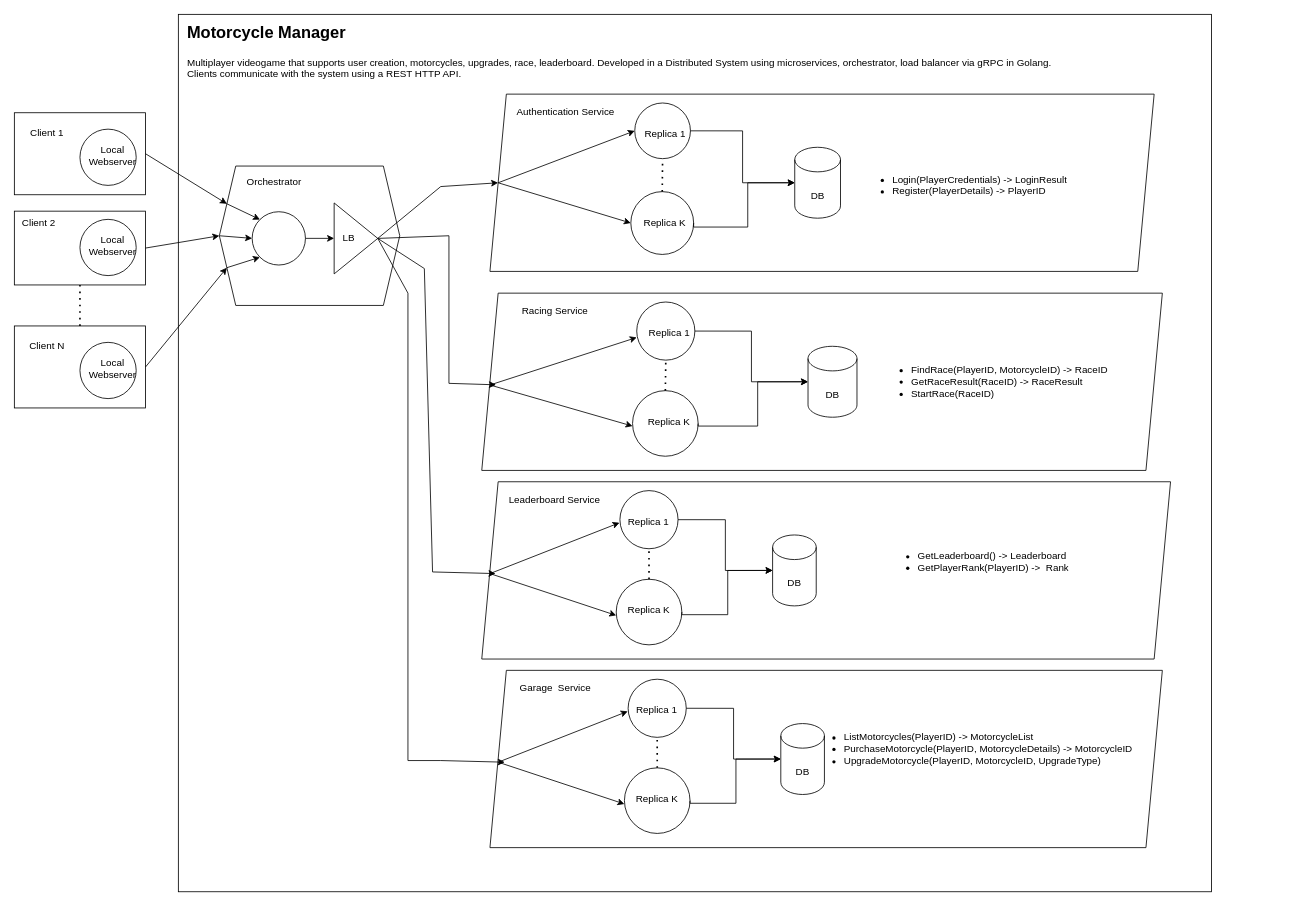
Before: architecture.drawio in LBartolini/ProgettoDP, a draw.io diagram. Source tidied: cells renumbered, new cells numbered last; positions are measured from the earlier drawing's top-left corner, leaving out a move shared by most shapes. Both pictures are drawn from the tidied source at 82%, with x=0, y=0 at pixel (14, 14).
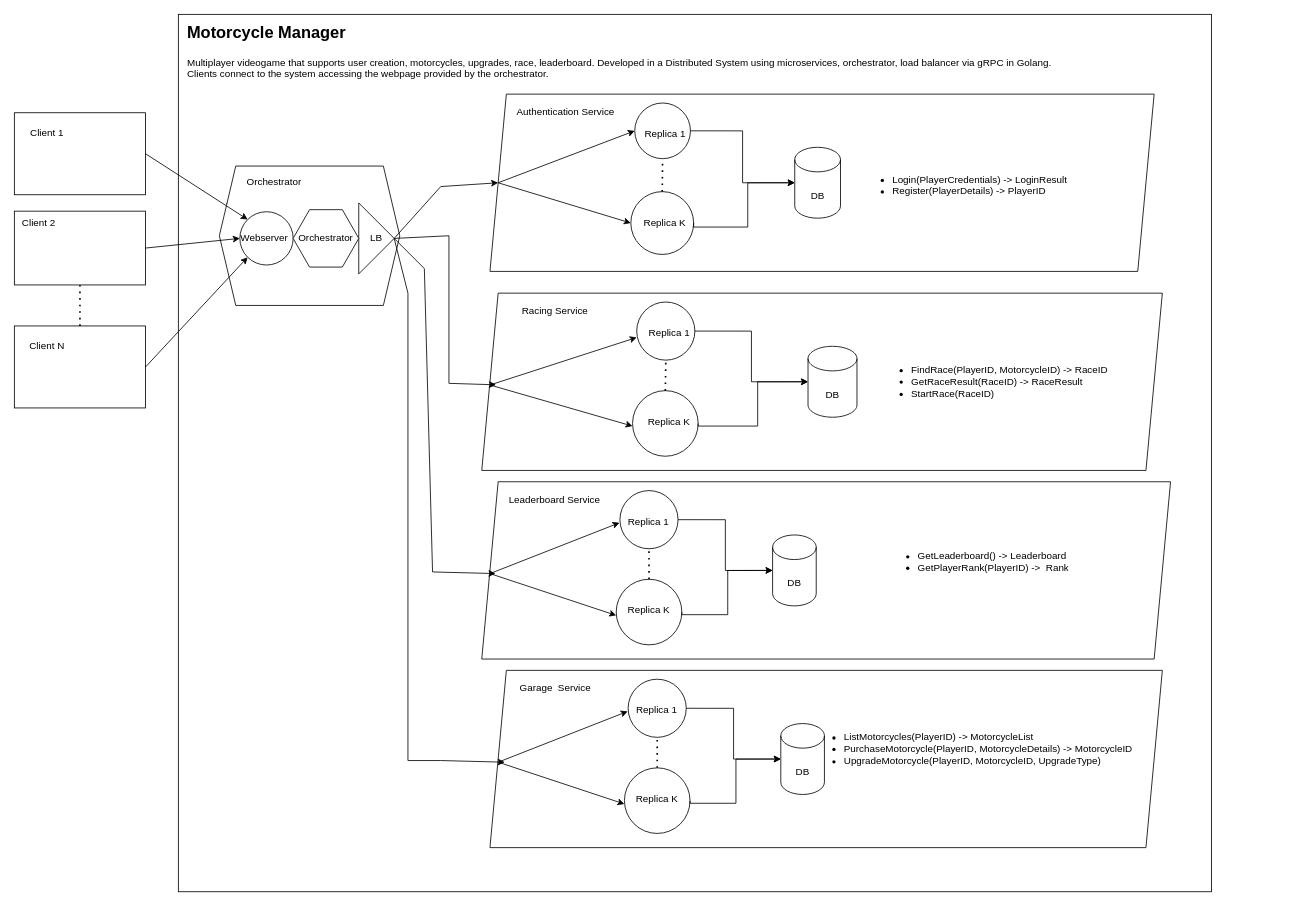
Above is the later version.

The change refers to these unchanged cells:
```xml
<mxCell id="2" style="group;" parent="1" vertex="1">
  <mxGeometry x="200" width="1350" height="1070" as="geometry" />
</mxCell>
<mxCell id="69" style="group;" parent="2" vertex="1">
  <mxGeometry x="50" y="185" width="220" height="170" as="geometry" />
</mxCell>
<mxCell id="71" style="shape=hexagon;perimeter=hexagonPerimeter2;whiteSpace=wrap;html=1;fixedSize=1;" parent="69" vertex="1">
  <mxGeometry width="220" height="170" as="geometry" />
</mxCell>
<mxCell id="85" style="group;" parent="1" vertex="1">
  <mxGeometry y="120" width="160" height="100" as="geometry" />
</mxCell>
<mxCell id="86" style="rounded=0;whiteSpace=wrap;html=1;" parent="85" vertex="1">
  <mxGeometry width="160" height="100" as="geometry" />
</mxCell>
<mxCell id="91" style="group;" parent="1" vertex="1">
  <mxGeometry x="40" y="240" width="130" height="90" as="geometry" />
</mxCell>
<mxCell id="92" style="rounded=0;whiteSpace=wrap;html=1;" parent="91" vertex="1">
  <mxGeometry x="-40" width="160" height="90" as="geometry" />
</mxCell>
<mxCell id="96" style="group;" parent="1" vertex="1">
  <mxGeometry y="380" width="160" height="100" as="geometry" />
</mxCell>
<mxCell id="97" style="rounded=0;whiteSpace=wrap;html=1;" parent="96" vertex="1">
  <mxGeometry width="160" height="100" as="geometry" />
</mxCell>
```

Diff of the diagram source:
```diff
@@
-    <mxCell id="4" value="&lt;h1 style=&quot;margin-top: 0px;&quot;&gt;&lt;font style=&quot;font-size: 20px;&quot;&gt;Motorcycle Manager&lt;/font&gt;&lt;/h1&gt;&lt;div&gt;Multiplayer videogame that supports user creation, motorcycles, upgrades, race, leaderboard. Developed in a Distributed System using microservices, orchestrator, load balancer via gRPC in Golang. &lt;br&gt;&lt;/div&gt;&lt;div&gt;Clients communicate with the system using a REST HTTP API.&amp;nbsp;&lt;/div&gt;" style="text;html=1;whiteSpace=wrap;overflow=hidden;rounded=0;" parent="2" vertex="1">
+    <mxCell id="4" value="&lt;h1 style=&quot;margin-top: 0px;&quot;&gt;&lt;font style=&quot;font-size: 20px;&quot;&gt;Motorcycle Manager&lt;/font&gt;&lt;/h1&gt;&lt;div&gt;Multiplayer videogame that supports user creation, motorcycles, upgrades, race, leaderboard. Developed in a Distributed System using microservices, orchestrator, load balancer via gRPC in Golang. &lt;br&gt;&lt;/div&gt;&lt;div&gt;Clients connect to the system accessing the webpage provided by the orchestrator.&lt;/div&gt;" style="text;html=1;whiteSpace=wrap;overflow=hidden;rounded=0;" parent="2" vertex="1">
       <mxGeometry x="9.3" width="1061.4" height="90" as="geometry" />
     </mxCell>
@@
     <mxCell id="73" style="group;" parent="69" vertex="1">
-      <mxGeometry x="140" y="45" width="53.2" height="86.5" as="geometry" />
+      <mxGeometry x="170" y="45" width="43.2" height="86.5" as="geometry" />
     </mxCell>
     <mxCell id="74" style="triangle;whiteSpace=wrap;html=1;" parent="73" vertex="1">
-      <mxGeometry width="53.2" height="86.5" as="geometry" />
+      <mxGeometry width="43.2" height="86.5" as="geometry" />
     </mxCell>
     <mxCell id="75" value="LB" style="text;html=1;align=center;verticalAlign=middle;whiteSpace=wrap;rounded=0;" parent="73" vertex="1">
-      <mxGeometry y="27" width="35.5" height="32.4" as="geometry" />
+      <mxGeometry x="7.2" y="27" width="28.8" height="32.4" as="geometry" />
     </mxCell>
     <mxCell id="76" style="ellipse;whiteSpace=wrap;html=1;" parent="69" vertex="1">
-      <mxGeometry x="40" y="55.7" width="65" height="65" as="geometry" />
+      <mxGeometry x="25" y="55.7" width="65" height="65" as="geometry" />
     </mxCell>
-    <mxCell id="77" style="endArrow=classic;html=1;rounded=0;exitX=1;exitY=0.5;exitDx=0;exitDy=0;entryX=0;entryY=0.5;entryDx=0;entryDy=0;" parent="69" edge="1" source="76" target="75">
-      <mxGeometry relative="1" as="geometry" />
-    </mxCell>
-    <mxCell id="78" style="endArrow=classic;html=1;rounded=0;entryX=0;entryY=0;entryDx=0;entryDy=0;exitX=0;exitY=0.25;exitDx=0;exitDy=0;" parent="69" edge="1" source="71" target="76">
-      <mxGeometry relative="1" as="geometry" />
-    </mxCell>
-    <mxCell id="79" style="endArrow=classic;html=1;rounded=0;entryX=0;entryY=0.5;entryDx=0;entryDy=0;exitX=0;exitY=0.5;exitDx=0;exitDy=0;" parent="69" edge="1" source="71" target="76">
-      <mxGeometry relative="1" as="geometry" />
-    </mxCell>
-    <mxCell id="80" style="endArrow=classic;html=1;rounded=0;exitX=0;exitY=0.75;exitDx=0;exitDy=0;entryX=0;entryY=1;entryDx=0;entryDy=0;" parent="69" edge="1" source="71" target="76">
-      <mxGeometry relative="1" as="geometry" />
-    </mxCell>
+    <mxCell id="113" value="Webserver" style="text;html=1;align=center;verticalAlign=middle;whiteSpace=wrap;rounded=0;" parent="69" vertex="1">
+      <mxGeometry x="25" y="78" width="60" height="20.4" as="geometry" />
+    </mxCell>
+    <mxCell id="114" style="shape=hexagon;perimeter=hexagonPerimeter2;whiteSpace=wrap;html=1;fixedSize=1;" parent="69" vertex="1">
+      <mxGeometry x="90" y="53.2" width="80" height="70" as="geometry" />
+    </mxCell>
+    <mxCell id="115" value="Orchestrator" style="text;html=1;align=center;verticalAlign=middle;whiteSpace=wrap;rounded=0;" parent="69" vertex="1">
+      <mxGeometry x="100" y="78" width="60" height="20.4" as="geometry" />
+    </mxCell>
@@
-    <mxCell id="88" style="group;" parent="85" vertex="1">
-      <mxGeometry x="80" y="20" width="80" height="70" as="geometry" />
-    </mxCell>
-    <mxCell id="89" style="ellipse;whiteSpace=wrap;html=1;" parent="88" vertex="1">
-      <mxGeometry width="68.6" height="68.6" as="geometry" />
-    </mxCell>
-    <mxCell id="90" value="Local Webserver" style="text;html=1;align=center;verticalAlign=middle;whiteSpace=wrap;rounded=0;" parent="88" vertex="1">
-      <mxGeometry x="10" y="21.8" width="60" height="20.4" as="geometry" />
-    </mxCell>
@@
-    <mxCell id="93" style="group;" parent="91" vertex="1">
-      <mxGeometry x="40" y="10" width="80" height="70" as="geometry" />
-    </mxCell>
-    <mxCell id="94" style="ellipse;whiteSpace=wrap;html=1;" parent="93" vertex="1">
-      <mxGeometry width="68.6" height="68.6" as="geometry" />
-    </mxCell>
-    <mxCell id="95" value="Local Webserver" style="text;html=1;align=center;verticalAlign=middle;whiteSpace=wrap;rounded=0;" parent="93" vertex="1">
-      <mxGeometry x="10" y="21.8" width="60" height="20.4" as="geometry" />
-    </mxCell>
@@
-    <mxCell id="99" style="group;" parent="96" vertex="1">
-      <mxGeometry x="80" y="20" width="80" height="70" as="geometry" />
-    </mxCell>
-    <mxCell id="100" style="ellipse;whiteSpace=wrap;html=1;" parent="99" vertex="1">
-      <mxGeometry width="68.6" height="68.6" as="geometry" />
-    </mxCell>
-    <mxCell id="101" value="Local Webserver" style="text;html=1;align=center;verticalAlign=middle;whiteSpace=wrap;rounded=0;" parent="99" vertex="1">
-      <mxGeometry x="10" y="21.8" width="60" height="20.4" as="geometry" />
-    </mxCell>
@@
-    <mxCell id="103" style="endArrow=classic;html=1;rounded=0;exitX=1;exitY=0.5;exitDx=0;exitDy=0;entryX=0;entryY=0.25;entryDx=0;entryDy=0;" parent="1" edge="1" source="86" target="71">
+    <mxCell id="103" style="endArrow=classic;html=1;rounded=0;exitX=1;exitY=0.5;exitDx=0;exitDy=0;entryX=0;entryY=0;entryDx=0;entryDy=0;" parent="1" edge="1" source="86" target="76">
       <mxGeometry relative="1" as="geometry" />
     </mxCell>
-    <mxCell id="104" style="endArrow=classic;html=1;rounded=0;exitX=1;exitY=0.5;exitDx=0;exitDy=0;entryX=0;entryY=0.5;entryDx=0;entryDy=0;" parent="1" edge="1" source="92" target="71">
+    <mxCell id="104" style="endArrow=classic;html=1;rounded=0;exitX=1;exitY=0.5;exitDx=0;exitDy=0;entryX=0;entryY=0.5;entryDx=0;entryDy=0;" parent="1" edge="1" source="92" target="113">
       <mxGeometry relative="1" as="geometry" />
     </mxCell>
-    <mxCell id="105" style="endArrow=classic;html=1;rounded=0;exitX=1;exitY=0.5;exitDx=0;exitDy=0;entryX=0;entryY=0.75;entryDx=0;entryDy=0;" parent="1" edge="1" source="97" target="71">
+    <mxCell id="105" style="endArrow=classic;html=1;rounded=0;exitX=1;exitY=0.5;exitDx=0;exitDy=0;entryX=0;entryY=1;entryDx=0;entryDy=0;" parent="1" edge="1" source="97" target="76">
       <mxGeometry relative="1" as="geometry" />
     </mxCell>
```
